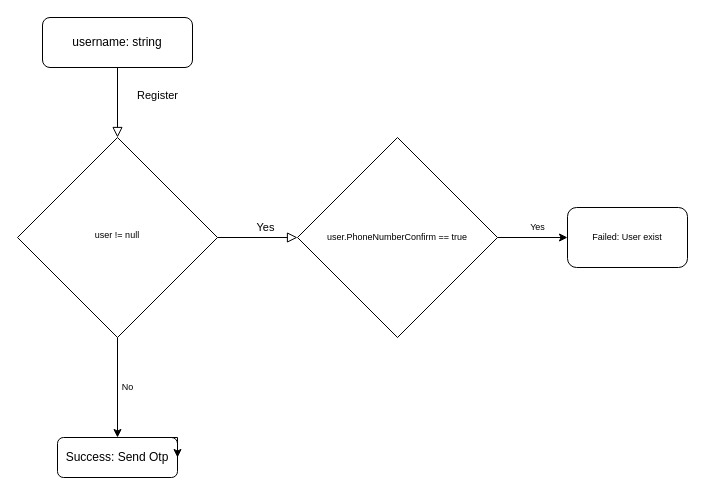
This is auths/register_phone.drawio from ntdvn/flow-diagrams, a draw.io file, before an edit. Source tidied: cells renumbered, new cells numbered last; positions are measured from the earlier drawing's top-left corner, leaving out a move shared by most shapes. Both pictures are drawn from the tidied source at 100%, with x=0, y=0 at pixel (17, 17).
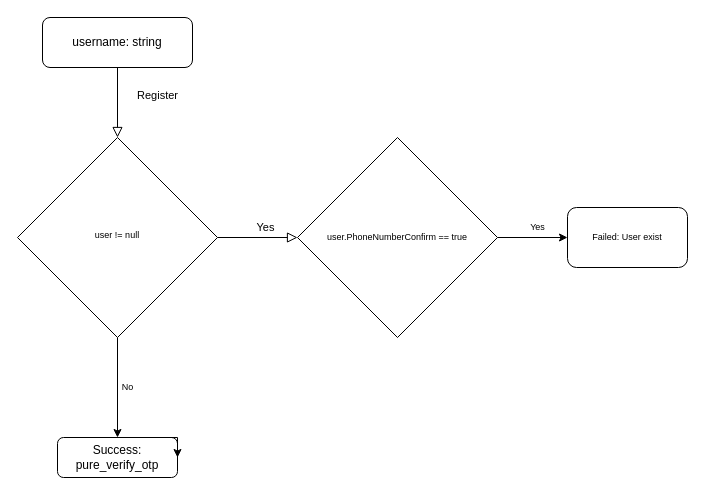
The same diagram, later.

Change to the diagram source:
```diff
@@
 <mxGraphModel>
   <root>
     <mxCell id="0" />
     <mxCell id="1" parent="0" />
     <mxCell id="2" value="Register" style="rounded=0;html=1;jettySize=auto;fontSize=11;endArrow=block;endFill=0;endSize=8;strokeWidth=1;shadow=0;labelBackgroundColor=none;edgeStyle=orthogonalEdgeStyle;" parent="1" edge="1" source="3" target="6">
       <mxGeometry x="-0.2" y="40" relative="1" as="geometry" />
     </mxCell>
     <mxCell id="3" value="username: string&lt;br&gt;" style="rounded=1;whiteSpace=wrap;html=1;fontSize=12;glass=0;strokeWidth=1;shadow=0;" parent="1" vertex="1">
       <mxGeometry x="25" width="150" height="50" as="geometry" />
     </mxCell>
     <mxCell id="4" value="Yes" style="edgeStyle=orthogonalEdgeStyle;rounded=0;html=1;jettySize=auto;fontSize=11;endArrow=block;endFill=0;endSize=8;strokeWidth=1;shadow=0;labelBackgroundColor=none;" parent="1" edge="1" source="6" target="9">
       <mxGeometry x="0.2" y="10" relative="1" as="geometry" />
     </mxCell>
     <mxCell id="5" value="No" style="edgeStyle=orthogonalEdgeStyle;rounded=0;jettySize=auto;html=1;exitX=0.5;exitY=1;exitDx=0;exitDy=0;entryX=0.5;entryY=0;entryDx=0;entryDy=0;fontSize=9;" parent="1" edge="1" source="6" target="7">
       <mxGeometry y="10" relative="1" as="geometry" />
     </mxCell>
     <mxCell id="6" value="user != null" style="rhombus;whiteSpace=wrap;html=1;shadow=0;fontFamily=Helvetica;fontSize=9;align=center;strokeWidth=1;spacing=6;spacingTop=-4;" parent="1" vertex="1">
       <mxGeometry y="120" width="200" height="200" as="geometry" />
     </mxCell>
-    <mxCell id="7" value="Success: Send Otp" style="rounded=1;whiteSpace=wrap;html=1;fontSize=12;glass=0;strokeWidth=1;shadow=0;" parent="1" vertex="1">
+    <mxCell id="7" value="Success: pure_verify_otp" style="rounded=1;whiteSpace=wrap;html=1;fontSize=12;glass=0;strokeWidth=1;shadow=0;" parent="1" vertex="1">
       <mxGeometry x="40" y="420" width="120" height="40" as="geometry" />
     </mxCell>
     <mxCell id="8" value="Yes" style="edgeStyle=orthogonalEdgeStyle;rounded=0;jettySize=auto;html=1;exitX=1;exitY=0.5;exitDx=0;exitDy=0;entryX=0;entryY=0.5;entryDx=0;entryDy=0;fontSize=9;" parent="1" edge="1" source="9" target="10">
       <mxGeometry x="0.14" y="10" relative="1" as="geometry" />
     </mxCell>
     <mxCell id="9" value="user.PhoneNumberConfirm == true" style="rhombus;whiteSpace=wrap;html=1;fontSize=9;" parent="1" vertex="1">
       <mxGeometry x="280" y="120" width="200" height="200" as="geometry" />
     </mxCell>
     <mxCell id="10" value="Failed: User exist" style="rounded=1;whiteSpace=wrap;html=1;fontSize=9;" parent="1" vertex="1">
       <mxGeometry x="550" y="190" width="120" height="60" as="geometry" />
     </mxCell>
     <mxCell id="11" style="edgeStyle=orthogonalEdgeStyle;rounded=0;orthogonalLoop=1;jettySize=auto;html=1;exitX=0.75;exitY=0;exitDx=0;exitDy=0;entryX=1;entryY=0.5;entryDx=0;entryDy=0;fontSize=9;" parent="1" edge="1" source="7" target="7">
       <mxGeometry relative="1" as="geometry" />
     </mxCell>
   </root>
 </mxGraphModel>
```
